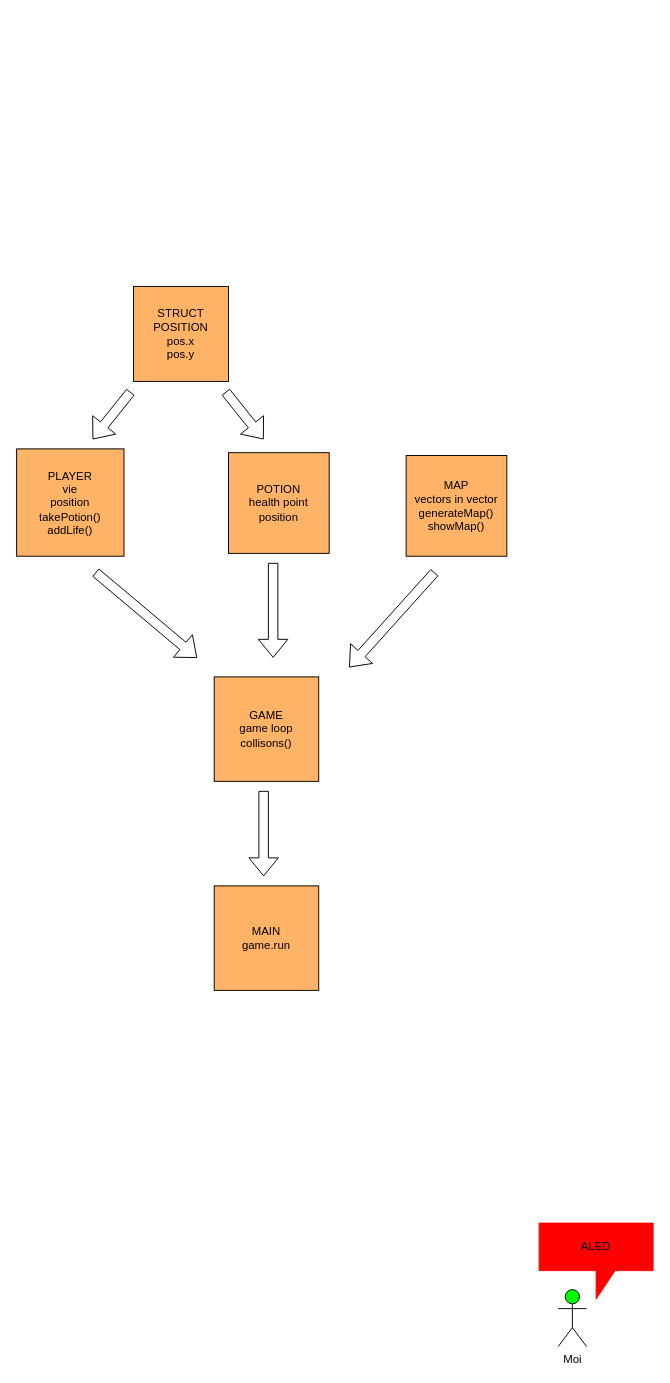
Earlier version of the draw.io diagram Rogue-like.drawio (Worgaros/Rogue-Like_draw.io). Source tidied: cells renumbered, new cells numbered last; positions are measured from the earlier drawing's top-left corner, leaving out a move shared by most shapes. Both pictures are drawn from the tidied source at 95%, with x=0, y=0 at pixel (16, 286).
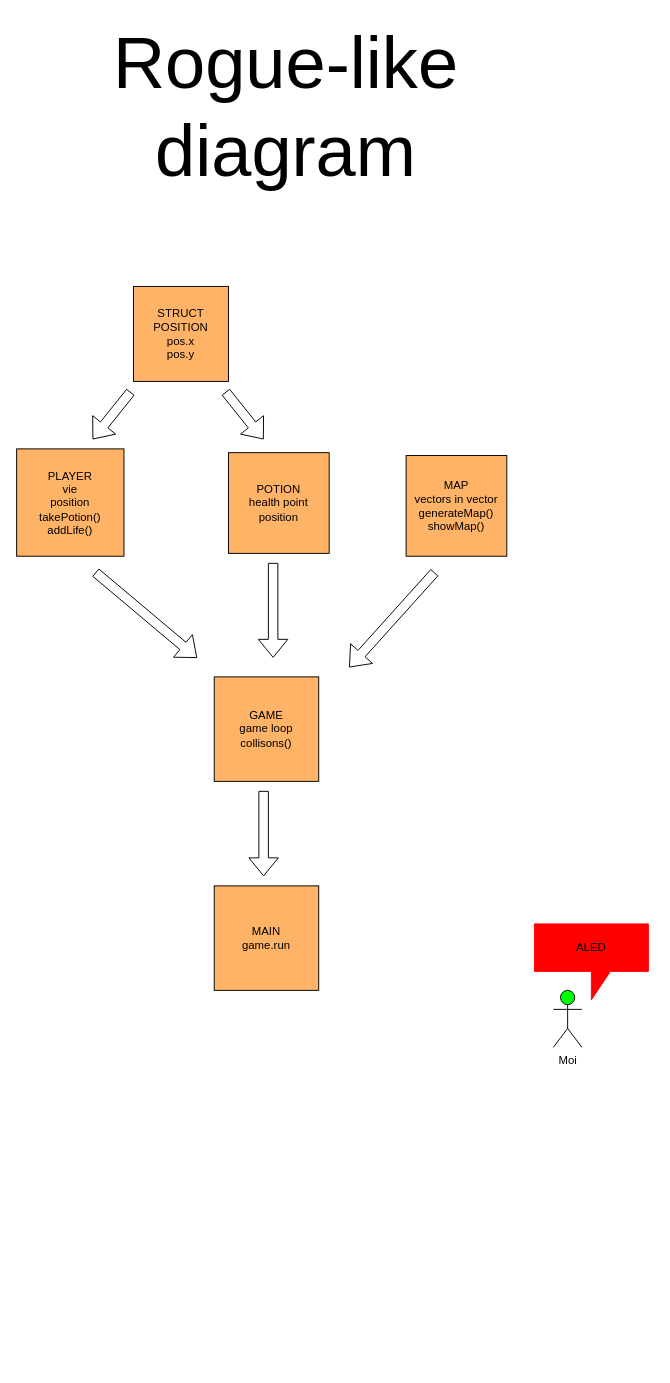
The same page after the edit.

Diff of the diagram source:
```diff
@@
     <mxCell id="2" value="Moi" style="shape=umlActor;verticalLabelPosition=bottom;labelBackgroundColor=#ffffff;verticalAlign=top;html=1;fillColor=#00FF00;" parent="1" vertex="1">
-      <mxGeometry x="570" y="1056" width="30" height="60" as="geometry" />
+      <mxGeometry x="565" y="741" width="30" height="60" as="geometry" />
     </mxCell>
     <mxCell id="3" value="&lt;span style=&quot;background-color: rgb(255 , 0 , 0)&quot;&gt;ALED&lt;/span&gt;" style="shape=callout;whiteSpace=wrap;html=1;perimeter=calloutPerimeter;fillColor=#FF0000;strokeColor=#FF0000;" parent="1" vertex="1">
-      <mxGeometry x="550" y="986" width="120" height="80" as="geometry" />
+      <mxGeometry x="545" y="671" width="120" height="80" as="geometry" />
     </mxCell>
@@
+    <mxCell id="16" value="&lt;font style=&quot;font-size: 76px&quot;&gt;Rogue-like diagram&lt;/font&gt;" style="text;html=1;strokeColor=none;fillColor=none;align=center;verticalAlign=middle;whiteSpace=wrap;rounded=0;" parent="1" vertex="1">
+      <mxGeometry x="82" y="-284" width="403" height="190" as="geometry" />
+    </mxCell>
```
